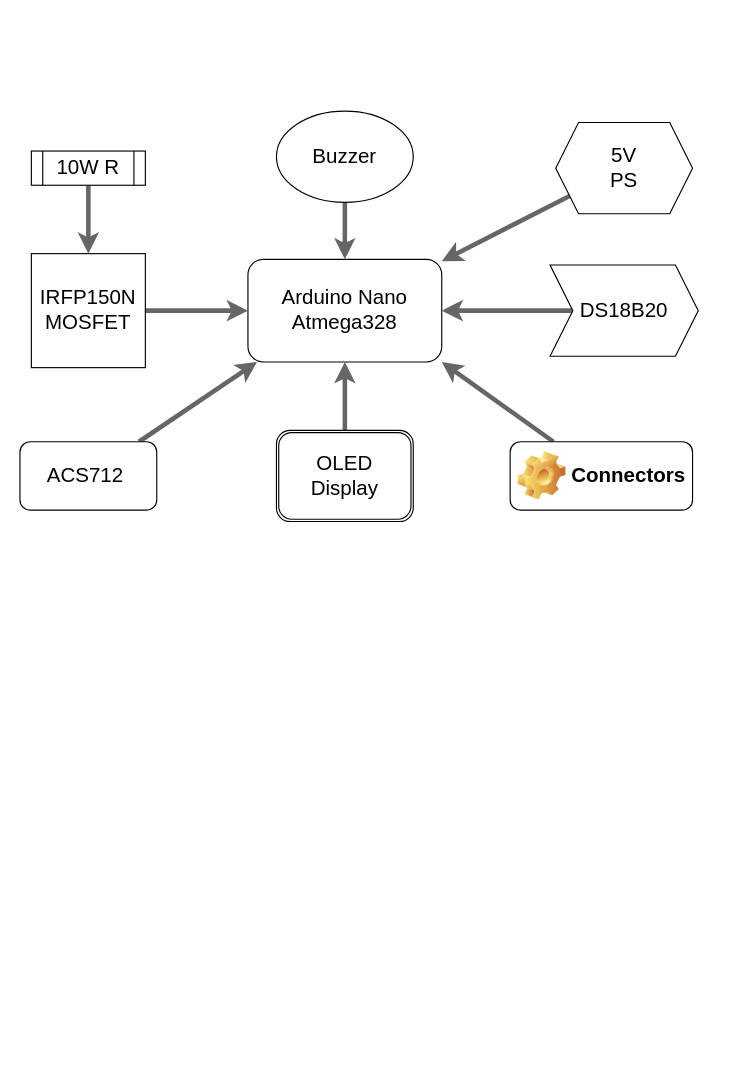
Earlier version of the draw.io diagram blockd.dio (partha235/wire_harness). Source tidied: cells renumbered, new cells numbered last; positions are measured from the earlier drawing's top-left corner, leaving out a move shared by most shapes. Both pictures are drawn from the tidied source at 114%, with x=0, y=0 at pixel (19, 111).
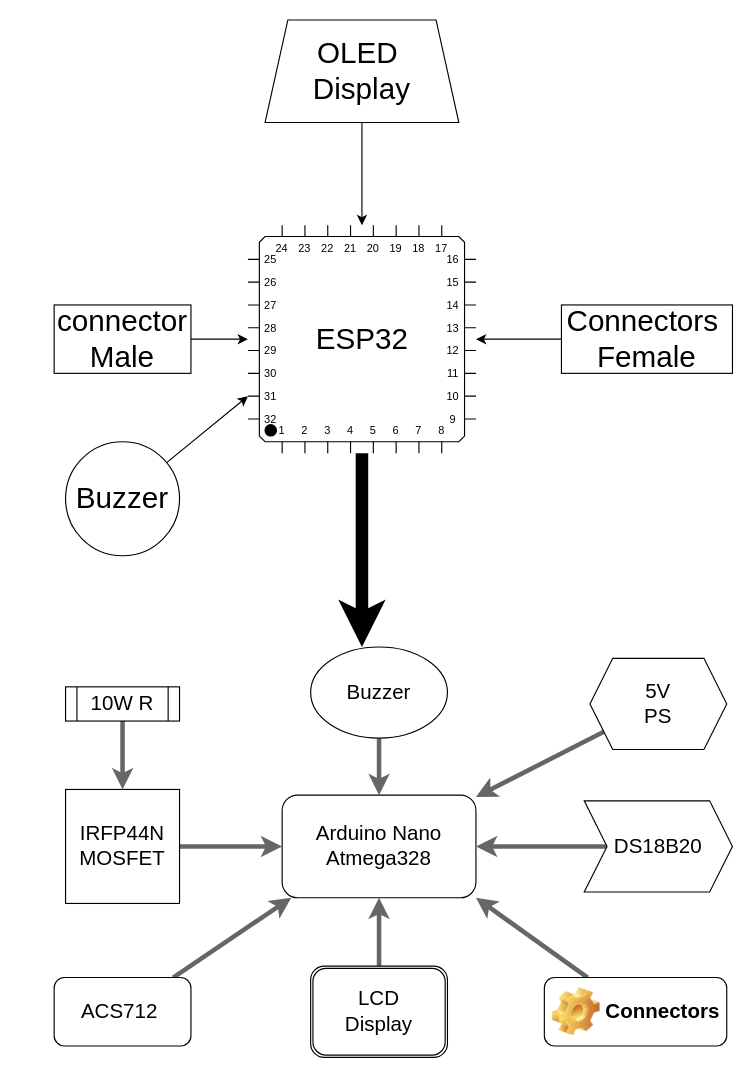
After the change.

Change to the diagram source:
```diff
@@
+    <mxCell id="19" style="group;" parent="1" vertex="1">
+      <mxGeometry x="30" y="470" width="595" height="360" as="geometry" />
+    </mxCell>
-    <mxCell id="2" value="&lt;font style=&quot;font-size: 18px;&quot;&gt;Arduino Nano&lt;br&gt;Atmega328&lt;/font&gt;" style="rounded=1;whiteSpace=wrap;html=1;" parent="1" vertex="1">
+    <mxCell id="2" value="&lt;font style=&quot;font-size: 18px;&quot;&gt;Arduino Nano&lt;br&gt;Atmega328&lt;/font&gt;" style="rounded=1;whiteSpace=wrap;html=1;" parent="19" vertex="1">
       <mxGeometry x="200" y="130" width="170" height="90" as="geometry" />
     </mxCell>
-    <mxCell id="3" style="edgeStyle=none;html=1;entryX=0.047;entryY=1;entryDx=0;entryDy=0;entryPerimeter=0;strokeWidth=4;fontSize=18;fillColor=#f5f5f5;strokeColor=#666666;" parent="1" edge="1" source="4" target="2">
+    <mxCell id="3" style="edgeStyle=none;html=1;entryX=0.047;entryY=1;entryDx=0;entryDy=0;entryPerimeter=0;strokeWidth=4;fontSize=18;fillColor=#f5f5f5;strokeColor=#666666;" parent="19" edge="1" source="4" target="2">
       <mxGeometry relative="1" as="geometry" />
     </mxCell>
-    <mxCell id="4" value="ACS712&amp;nbsp;" style="rounded=1;whiteSpace=wrap;html=1;fontSize=18;" parent="1" vertex="1">
+    <mxCell id="4" value="ACS712&amp;nbsp;" style="rounded=1;whiteSpace=wrap;html=1;fontSize=18;" parent="19" vertex="1">
       <mxGeometry y="290" width="120" height="60" as="geometry" />
     </mxCell>
-    <mxCell id="5" style="edgeStyle=none;html=1;strokeWidth=4;fontSize=18;fillColor=#f5f5f5;strokeColor=#666666;" parent="1" edge="1" source="6" target="2">
+    <mxCell id="5" style="edgeStyle=none;html=1;strokeWidth=4;fontSize=18;fillColor=#f5f5f5;strokeColor=#666666;" parent="19" edge="1" source="6" target="2">
       <mxGeometry relative="1" as="geometry" />
     </mxCell>
-    <mxCell id="6" value="IRFP150N&lt;br&gt;MOSFET" style="whiteSpace=wrap;html=1;fontSize=18;" parent="1" vertex="1">
+    <mxCell id="6" value="IRFP44N&lt;br&gt;MOSFET" style="whiteSpace=wrap;html=1;fontSize=18;" parent="19" vertex="1">
       <mxGeometry x="10" y="125" width="100" height="100" as="geometry" />
     </mxCell>
-    <mxCell id="7" style="edgeStyle=none;html=1;fontSize=18;strokeWidth=4;fillColor=#f5f5f5;strokeColor=#666666;" parent="1" edge="1" source="8" target="6">
+    <mxCell id="7" style="edgeStyle=none;html=1;fontSize=18;strokeWidth=4;fillColor=#f5f5f5;strokeColor=#666666;" parent="19" edge="1" source="8" target="6">
       <mxGeometry relative="1" as="geometry" />
     </mxCell>
-    <mxCell id="8" value="10W R" style="shape=process;whiteSpace=wrap;html=1;backgroundOutline=1;fontSize=18;" parent="1" vertex="1">
+    <mxCell id="8" value="10W R" style="shape=process;whiteSpace=wrap;html=1;backgroundOutline=1;fontSize=18;" parent="19" vertex="1">
       <mxGeometry x="10" y="35" width="100" height="30" as="geometry" />
     </mxCell>
-    <mxCell id="9" style="edgeStyle=none;html=1;strokeWidth=4;fontSize=18;fillColor=#f5f5f5;strokeColor=#666666;" parent="1" edge="1" source="10" target="2">
+    <mxCell id="9" style="edgeStyle=none;html=1;strokeWidth=4;fontSize=18;fillColor=#f5f5f5;strokeColor=#666666;" parent="19" edge="1" source="10" target="2">
       <mxGeometry relative="1" as="geometry" />
     </mxCell>
-    <mxCell id="10" value="DS18B20" style="shape=step;perimeter=stepPerimeter;whiteSpace=wrap;html=1;fixedSize=1;fontSize=18;rotation=0;" parent="1" vertex="1">
+    <mxCell id="10" value="DS18B20" style="shape=step;perimeter=stepPerimeter;whiteSpace=wrap;html=1;fixedSize=1;fontSize=18;rotation=0;" parent="19" vertex="1">
       <mxGeometry x="465" y="135" width="130" height="80" as="geometry" />
     </mxCell>
-    <mxCell id="11" style="edgeStyle=none;html=1;entryX=0.5;entryY=1;entryDx=0;entryDy=0;strokeWidth=4;fontSize=18;fillColor=#f5f5f5;strokeColor=#666666;" parent="1" edge="1" source="12" target="2">
+    <mxCell id="11" style="edgeStyle=none;html=1;entryX=0.5;entryY=1;entryDx=0;entryDy=0;strokeWidth=4;fontSize=18;fillColor=#f5f5f5;strokeColor=#666666;" parent="19" edge="1" source="12" target="2">
       <mxGeometry relative="1" as="geometry" />
     </mxCell>
-    <mxCell id="12" value="OLED&lt;br&gt;Display" style="shape=ext;double=1;rounded=1;whiteSpace=wrap;html=1;fontSize=18;" parent="1" vertex="1">
+    <mxCell id="12" value="LCD&lt;br&gt;Display" style="shape=ext;double=1;rounded=1;whiteSpace=wrap;html=1;fontSize=18;" parent="19" vertex="1">
       <mxGeometry x="225" y="280" width="120" height="80" as="geometry" />
     </mxCell>
-    <mxCell id="13" style="edgeStyle=none;html=1;strokeWidth=4;fontSize=18;fillColor=#f5f5f5;strokeColor=#666666;" parent="1" edge="1" source="14" target="2">
+    <mxCell id="13" style="edgeStyle=none;html=1;strokeWidth=4;fontSize=18;fillColor=#f5f5f5;strokeColor=#666666;" parent="19" edge="1" source="14" target="2">
       <mxGeometry relative="1" as="geometry" />
     </mxCell>
-    <mxCell id="14" value="Buzzer" style="ellipse;whiteSpace=wrap;html=1;fontSize=18;" parent="1" vertex="1">
+    <mxCell id="14" value="Buzzer" style="ellipse;whiteSpace=wrap;html=1;fontSize=18;" parent="19" vertex="1">
       <mxGeometry x="225" width="120" height="80" as="geometry" />
     </mxCell>
-    <mxCell id="15" style="edgeStyle=none;html=1;strokeWidth=4;fontSize=18;fillColor=#f5f5f5;strokeColor=#666666;" parent="1" edge="1" source="16" target="2">
+    <mxCell id="15" style="edgeStyle=none;html=1;strokeWidth=4;fontSize=18;fillColor=#f5f5f5;strokeColor=#666666;" parent="19" edge="1" source="16" target="2">
       <mxGeometry relative="1" as="geometry" />
     </mxCell>
-    <mxCell id="16" value="5V&lt;br&gt;PS" style="shape=hexagon;perimeter=hexagonPerimeter2;whiteSpace=wrap;html=1;fixedSize=1;fontSize=18;" parent="1" vertex="1">
+    <mxCell id="16" value="5V&lt;br&gt;PS" style="shape=hexagon;perimeter=hexagonPerimeter2;whiteSpace=wrap;html=1;fixedSize=1;fontSize=18;" parent="19" vertex="1">
       <mxGeometry x="470" y="10" width="120" height="80" as="geometry" />
     </mxCell>
-    <mxCell id="17" style="edgeStyle=none;html=1;entryX=1;entryY=1;entryDx=0;entryDy=0;strokeWidth=4;fontSize=18;fillColor=#f5f5f5;strokeColor=#666666;" parent="1" edge="1" source="18" target="2">
+    <mxCell id="17" style="edgeStyle=none;html=1;entryX=1;entryY=1;entryDx=0;entryDy=0;strokeWidth=4;fontSize=18;fillColor=#f5f5f5;strokeColor=#666666;" parent="19" edge="1" source="18" target="2">
       <mxGeometry relative="1" as="geometry" />
     </mxCell>
-    <mxCell id="18" value="Connectors" style="label;whiteSpace=wrap;html=1;image=img/clipart/Gear_128x128.png;fontSize=18;" parent="1" vertex="1">
+    <mxCell id="18" value="Connectors" style="label;whiteSpace=wrap;html=1;image=img/clipart/Gear_128x128.png;fontSize=18;" parent="19" vertex="1">
       <mxGeometry x="430" y="290" width="160" height="60" as="geometry" />
     </mxCell>
+    <mxCell id="20" style="edgeStyle=none;html=1;fontSize=26;strokeWidth=11;" parent="1" edge="1" source="21">
+      <mxGeometry relative="1" as="geometry">
+        <mxPoint x="300" y="470" as="targetPoint" />
+      </mxGeometry>
+    </mxCell>
+    <mxCell id="21" value="&lt;font style=&quot;font-size: 26px;&quot;&gt;ESP32&lt;/font&gt;" style="shadow=0;dashed=0;align=center;html=1;strokeWidth=1;shape=mxgraph.electrical.logic_gates.qfp_ic;labelNames=a,b,c,d,e,f,g,h,i,j,k,l,m,n,o,p,q,r,s,t,u,v,w,x,y,z,a1,b1,c1,d1,e1,f1,g1,h1,i1,j1,k1,l1,m1,n1;" parent="1" vertex="1">
+      <mxGeometry x="200" y="100" width="200" height="200" as="geometry" />
+    </mxCell>
+    <mxCell id="22" style="edgeStyle=none;html=1;fontSize=26;" parent="1" edge="1" source="23" target="21">
+      <mxGeometry relative="1" as="geometry" />
+    </mxCell>
+    <mxCell id="23" value="connector&lt;br&gt;Male" style="rounded=0;whiteSpace=wrap;html=1;fontSize=26;" parent="1" vertex="1">
+      <mxGeometry x="30" y="170" width="120" height="60" as="geometry" />
+    </mxCell>
+    <mxCell id="24" style="edgeStyle=none;html=1;fontSize=26;" parent="1" edge="1" source="25" target="21">
+      <mxGeometry relative="1" as="geometry" />
+    </mxCell>
+    <mxCell id="25" value="Connectors&amp;nbsp;&lt;br&gt;Female" style="rounded=0;whiteSpace=wrap;html=1;fontSize=26;" parent="1" vertex="1">
+      <mxGeometry x="475" y="170" width="150" height="60" as="geometry" />
+    </mxCell>
+    <mxCell id="26" style="edgeStyle=none;html=1;fontSize=26;" parent="1" edge="1" source="27" target="21">
+      <mxGeometry relative="1" as="geometry" />
+    </mxCell>
+    <mxCell id="27" value="OLED&amp;nbsp;&lt;br&gt;Display" style="shape=trapezoid;perimeter=trapezoidPerimeter;whiteSpace=wrap;html=1;fixedSize=1;fontSize=26;" parent="1" vertex="1">
+      <mxGeometry x="215" y="-80" width="170" height="90" as="geometry" />
+    </mxCell>
+    <mxCell id="28" style="edgeStyle=none;html=1;entryX=0;entryY=0;entryDx=0;entryDy=150;entryPerimeter=0;fontSize=26;" parent="1" edge="1" source="29" target="21">
+      <mxGeometry relative="1" as="geometry" />
+    </mxCell>
+    <mxCell id="29" value="Buzzer" style="ellipse;whiteSpace=wrap;html=1;fontSize=26;" parent="1" vertex="1">
+      <mxGeometry x="40" y="290" width="100" height="100" as="geometry" />
+    </mxCell>
```
